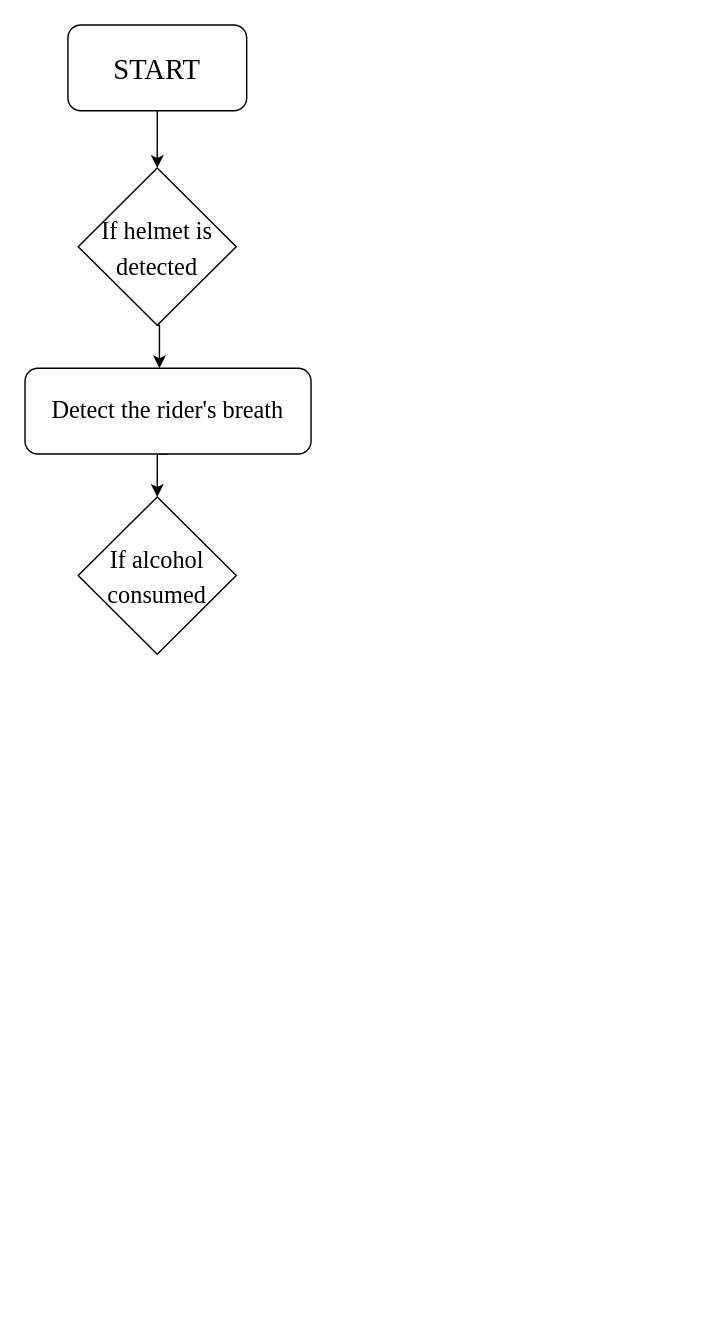
The draw.io diagram Untitled Diagram.drawio in Abiramikoperundevi/markdown-portfolio, before the edit. Source tidied: cells renumbered, new cells numbered last; positions are measured from the earlier drawing's top-left corner, leaving out a move shared by most shapes. Both pictures are drawn from the tidied source at 143%, with x=0, y=0 at pixel (24, 24).
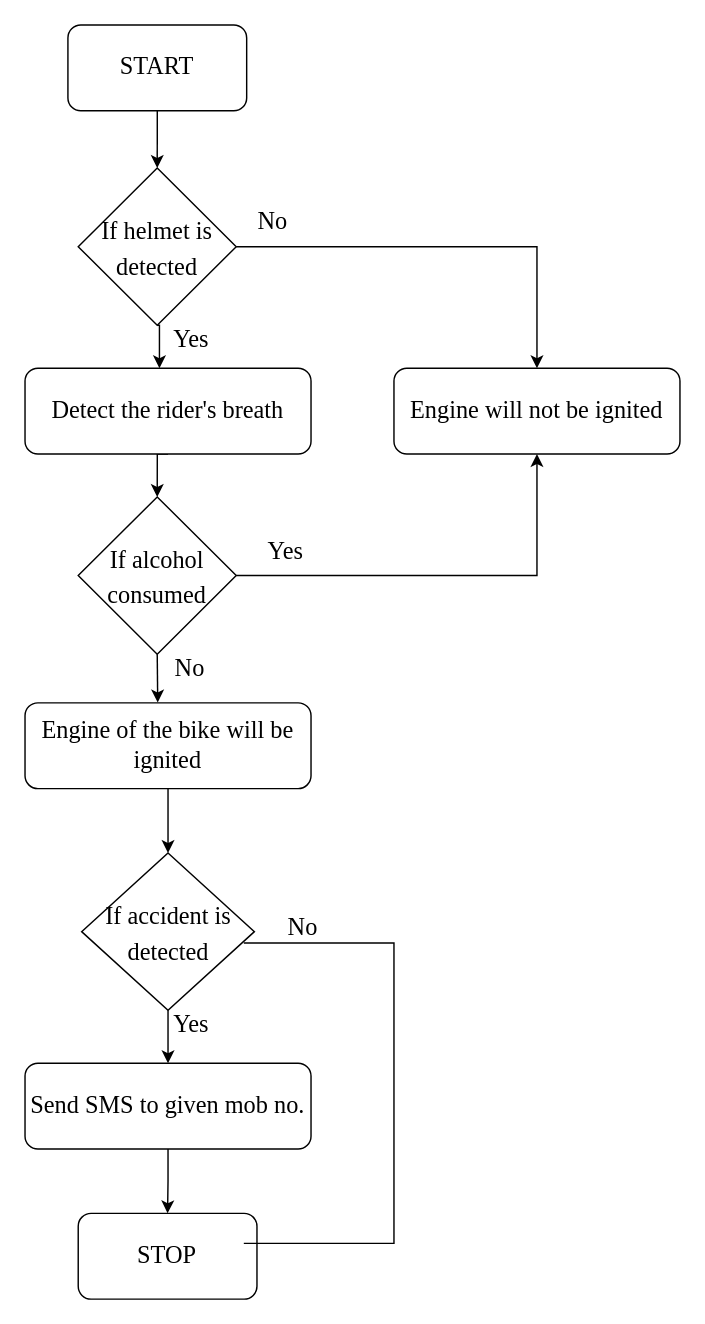
The same diagram, later.

The change refers to these unchanged cells:
```xml
<mxCell id="5" value="&lt;font style=&quot;font-size: 17px&quot;&gt;If helmet is detected&lt;/font&gt;" style="rhombus;whiteSpace=wrap;html=1;fontFamily=Times New Roman;fontSize=20;" parent="1" vertex="1">
  <mxGeometry x="37.2" y="100" width="110.5" height="110" as="geometry" />
</mxCell>
<mxCell id="8" value="&lt;font style=&quot;font-size: 17px&quot;&gt;If alcohol consumed&lt;/font&gt;" style="rhombus;whiteSpace=wrap;html=1;fontFamily=Times New Roman;fontSize=20;" parent="1" vertex="1">
  <mxGeometry x="37.2" y="330" width="110.5" height="110" as="geometry" />
</mxCell>
```

What changed in the source:
```diff
@@
-<mxGraphModel>
+<mxGraphModel background="#ffffff">
@@
-    <mxCell id="3" value="&lt;font style=&quot;font-size: 20px&quot;&gt;START&lt;/font&gt;" style="rounded=1;whiteSpace=wrap;html=1;fontFamily=Times New Roman;" parent="1" vertex="1">
+    <mxCell id="3" value="&lt;font style=&quot;font-size: 17px&quot;&gt;START&lt;/font&gt;" style="rounded=1;whiteSpace=wrap;html=1;fontFamily=Times New Roman;" parent="1" vertex="1">
       <mxGeometry x="30" width="125" height="60" as="geometry" />
     </mxCell>
@@
+    <mxCell id="9" style="edgeStyle=orthogonalEdgeStyle;rounded=0;jettySize=auto;html=1;exitX=1;exitY=0.5;exitDx=0;exitDy=0;fontFamily=Times New Roman;fontSize=17;" parent="1" edge="1" source="5" target="22">
+      <mxGeometry relative="1" as="geometry" />
+    </mxCell>
@@
+    <mxCell id="10" style="edgeStyle=orthogonalEdgeStyle;rounded=0;jettySize=auto;html=1;exitX=0.5;exitY=1;exitDx=0;exitDy=0;entryX=0.464;entryY=-0.005;entryDx=0;entryDy=0;entryPerimeter=0;fontFamily=Times New Roman;fontSize=17;" parent="1" edge="1" source="8" target="14">
+      <mxGeometry relative="1" as="geometry" />
+    </mxCell>
+    <mxCell id="11" style="edgeStyle=orthogonalEdgeStyle;rounded=0;jettySize=auto;html=1;exitX=1;exitY=0.5;exitDx=0;exitDy=0;entryX=0.5;entryY=1;entryDx=0;entryDy=0;fontFamily=Times New Roman;fontSize=17;" parent="1" edge="1" source="8" target="22">
+      <mxGeometry relative="1" as="geometry" />
+    </mxCell>
@@
+    <mxCell id="12" value="Yes" style="text;html=1;align=center;verticalAlign=middle;strokeColor=none;fillColor=none;fontSize=17;fontFamily=Times New Roman;" parent="1" vertex="1">
+      <mxGeometry x="95" y="210" width="42" height="21" as="geometry" />
+    </mxCell>
+    <mxCell id="13" style="edgeStyle=orthogonalEdgeStyle;rounded=0;jettySize=auto;html=1;entryX=0.5;entryY=0;entryDx=0;entryDy=0;fontFamily=Times New Roman;fontSize=17;" parent="1" edge="1" source="14" target="17">
+      <mxGeometry relative="1" as="geometry" />
+    </mxCell>
+    <mxCell id="14" value="Engine of the bike will be ignited" style="rounded=1;whiteSpace=wrap;html=1;fontFamily=Times New Roman;fontSize=17;" parent="1" vertex="1">
+      <mxGeometry y="474" width="200" height="60" as="geometry" />
+    </mxCell>
+    <mxCell id="15" value="No" style="text;html=1;align=center;verticalAlign=middle;strokeColor=none;fillColor=none;fontSize=17;fontFamily=Times New Roman;" parent="1" vertex="1">
+      <mxGeometry x="94" y="440" width="42" height="21" as="geometry" />
+    </mxCell>
+    <mxCell id="16" style="edgeStyle=orthogonalEdgeStyle;rounded=0;jettySize=auto;html=1;exitX=0.5;exitY=1;exitDx=0;exitDy=0;entryX=0.5;entryY=0;entryDx=0;entryDy=0;fontFamily=Times New Roman;fontSize=17;" parent="1" edge="1" source="17" target="19">
+      <mxGeometry relative="1" as="geometry" />
+    </mxCell>
+    <mxCell id="17" value="&lt;font style=&quot;font-size: 17px&quot;&gt;If accident is detected&lt;/font&gt;" style="rhombus;whiteSpace=wrap;html=1;fontFamily=Times New Roman;fontSize=20;" parent="1" vertex="1">
+      <mxGeometry x="39.6" y="579" width="120.8" height="110" as="geometry" />
+    </mxCell>
+    <mxCell id="18" style="edgeStyle=orthogonalEdgeStyle;rounded=0;jettySize=auto;html=1;exitX=0.5;exitY=1;exitDx=0;exitDy=0;entryX=0.5;entryY=0;entryDx=0;entryDy=0;fontFamily=Times New Roman;fontSize=17;" parent="1" edge="1" source="19" target="21">
+      <mxGeometry relative="1" as="geometry" />
+    </mxCell>
+    <mxCell id="19" value="Send SMS to given mob no." style="rounded=1;whiteSpace=wrap;html=1;fontFamily=Times New Roman;fontSize=17;" parent="1" vertex="1">
+      <mxGeometry y="726" width="200" height="60" as="geometry" />
+    </mxCell>
+    <mxCell id="20" value="Yes" style="text;html=1;align=center;verticalAlign=middle;strokeColor=none;fillColor=none;fontSize=17;fontFamily=Times New Roman;" parent="1" vertex="1">
+      <mxGeometry x="95" y="689" width="42" height="21" as="geometry" />
+    </mxCell>
+    <mxCell id="21" value="&lt;font style=&quot;font-size: 17px&quot;&gt;STOP&lt;/font&gt;" style="rounded=1;whiteSpace=wrap;html=1;fontFamily=Times New Roman;" parent="1" vertex="1">
+      <mxGeometry x="37.2" y="831" width="125" height="60" as="geometry" />
+    </mxCell>
+    <mxCell id="22" value="Engine will not be ignited" style="rounded=1;whiteSpace=wrap;html=1;fontFamily=Times New Roman;fontSize=17;" parent="1" vertex="1">
+      <mxGeometry x="258" y="240" width="200" height="60" as="geometry" />
+    </mxCell>
+    <mxCell id="23" value="&lt;br&gt;Yes" style="text;html=1;align=center;verticalAlign=middle;strokeColor=none;fillColor=none;fontSize=17;fontFamily=Times New Roman;" parent="1" vertex="1">
+      <mxGeometry x="161.2" y="337" width="42" height="42" as="geometry" />
+    </mxCell>
+    <mxCell id="24" value="&lt;br&gt;No" style="text;html=1;align=center;verticalAlign=middle;strokeColor=none;fillColor=none;fontSize=17;fontFamily=Times New Roman;" parent="1" vertex="1">
+      <mxGeometry x="152" y="106" width="42" height="42" as="geometry" />
+    </mxCell>
+    <mxCell id="25" style="strokeWidth=1;html=1;shape=mxgraph.flowchart.annotation_1;align=left;fontFamily=Times New Roman;fontSize=17;fillColor=none;direction=west;" parent="1" vertex="1">
+      <mxGeometry x="153" y="642" width="105" height="210" as="geometry" />
+    </mxCell>
+    <mxCell id="26" value="No" style="text;html=1;align=center;verticalAlign=middle;strokeColor=none;fillColor=none;fontSize=17;fontFamily=Times New Roman;" parent="1" vertex="1">
+      <mxGeometry x="173" y="621" width="42" height="21" as="geometry" />
+    </mxCell>
```
